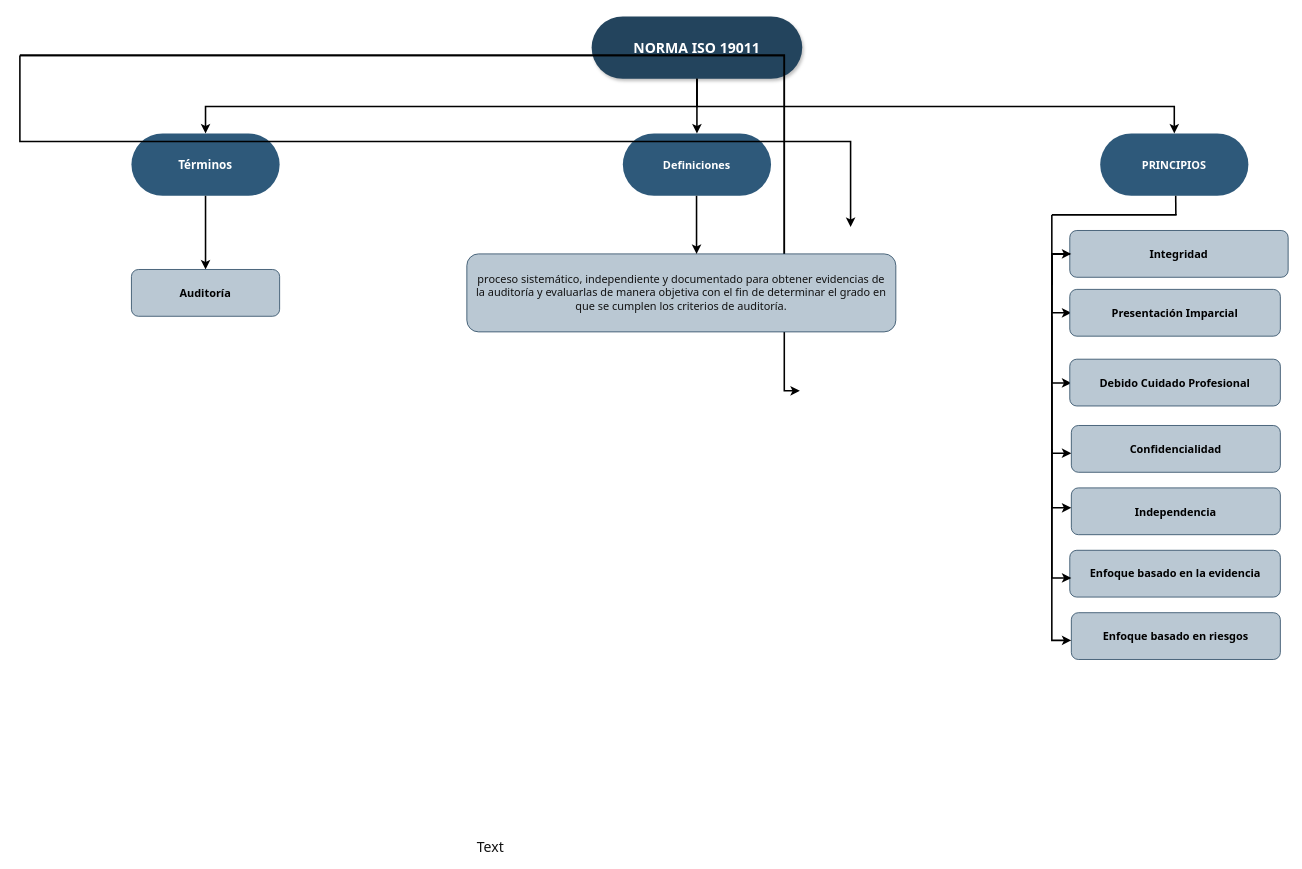
Earlier version of the draw.io diagram Untitled Diagram.drawio (eleanorMarquez/TYPO3CMS-Tutorial-GettingStarted). Source tidied: cells renumbered, new cells numbered last; positions are measured from the earlier drawing's top-left corner, leaving out a move shared by most shapes. Both pictures are drawn from the tidied source at 78%, with x=0, y=0 at pixel (20, 16).
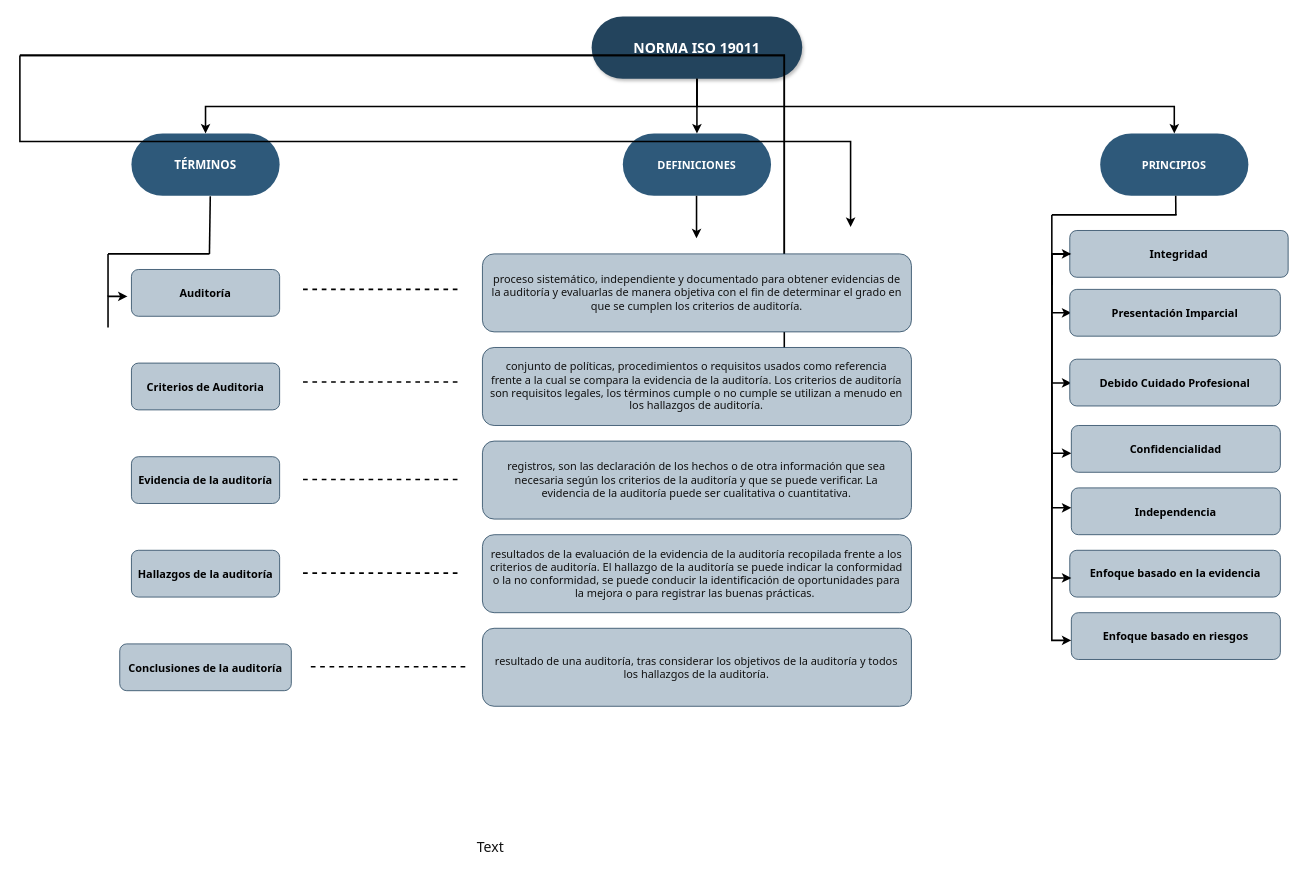
After the change.

Commit message (it also covers changes not shown here):
Norma ISO

Change to the diagram source:
```diff
@@
-    <mxCell id="5" value="Definiciones" style="rounded=1;gradientColor=none;strokeColor=none;fontColor=#FFFFFF;fontStyle=1;fontFamily=Tahoma;fontSize=14;arcSize=50;shadow=0;fillColor=#2E597A;" parent="1" vertex="1">
+    <mxCell id="5" value="DEFINICIONES" style="rounded=1;gradientColor=none;strokeColor=none;fontColor=#FFFFFF;fontStyle=1;fontFamily=Tahoma;fontSize=14;arcSize=50;shadow=0;fillColor=#2E597A;" parent="1" vertex="1">
       <mxGeometry x="773" y="149.5" width="190" height="80" as="geometry" />
     </mxCell>
-    <mxCell id="6" value="Términos" style="rounded=1;gradientColor=none;strokeColor=none;fontColor=#FFFFFF;fontStyle=1;fontFamily=Tahoma;fontSize=15;arcSize=50;fillColor=#2E597A;" parent="1" vertex="1">
+    <mxCell id="6" value="TÉRMINOS" style="rounded=1;gradientColor=none;strokeColor=none;fontColor=#FFFFFF;fontStyle=1;fontFamily=Tahoma;fontSize=15;arcSize=50;fillColor=#2E597A;" parent="1" vertex="1">
       <mxGeometry x="143" y="149.5" width="190" height="80" as="geometry" />
     </mxCell>
@@
-    <mxCell id="10" style="edgeStyle=elbowEdgeStyle;elbow=horizontal;strokeWidth=2;rounded=0;" parent="1" edge="1" source="6">
-      <mxGeometry x="-23" y="135.5" as="geometry">
-        <mxPoint x="238" y="324" as="targetPoint" />
-        <Array as="points">
-          <mxPoint x="238" y="294" />
-          <mxPoint x="253" y="294" />
-          <mxPoint x="225" y="389.5" />
-        </Array>
-      </mxGeometry>
-    </mxCell>
@@
-    <mxCell id="27" value="proceso sistemático, independiente y documentado para obtener evidencias de&#10;la auditoría y evaluarlas de manera objetiva con el fin de determinar el grado en que se cumplen los criterios de auditoría." style="rounded=1;strokeColor=#23445d;fontStyle=0;fontFamily=Tahoma;fontSize=14;fillColor=#bac8d3;labelBackgroundColor=none;fontColor=#121212;whiteSpace=wrap;labelBorderColor=none;" parent="1" vertex="1">
-      <mxGeometry x="573" y="304" width="550" height="100" as="geometry" />
+    <mxCell id="27" value="proceso sistemático, independiente y documentado para obtener evidencias de&#10;la auditoría y evaluarlas de manera objetiva con el fin de determinar el grado en que se cumplen los criterios de auditoría." style="rounded=1;strokeColor=#23445d;fontStyle=0;fontFamily=Tahoma;fontSize=14;fillColor=#bac8d3;labelBackgroundColor=none;fontColor=#121212;whiteSpace=wrap;labelBorderColor=none;spacingTop=0;spacingBottom=0;spacingLeft=10;spacingRight=10;" parent="1" vertex="1">
+      <mxGeometry x="593" y="304" width="550" height="100" as="geometry" />
     </mxCell>
@@
-    <mxCell id="30" style="edgeStyle=elbowEdgeStyle;elbow=horizontal;strokeWidth=2;rounded=0;entryX=0.536;entryY=0;entryDx=0;entryDy=0;entryPerimeter=0;" parent="1" edge="1" target="27">
+    <mxCell id="30" style="edgeStyle=elbowEdgeStyle;elbow=horizontal;strokeWidth=2;rounded=0;" parent="1" edge="1">
       <mxGeometry x="606.5" y="135.5" as="geometry">
         <mxPoint x="867.5" y="229.5" as="sourcePoint" />
+        <mxPoint x="868" y="284" as="targetPoint" />
         <Array as="points">
           <mxPoint x="867.5" y="294" />
           <mxPoint x="882.5" y="294" />
           <mxPoint x="854.5" y="389.5" />
         </Array>
       </mxGeometry>
     </mxCell>
@@
+    <mxCell id="34" style="endArrow=none;dashed=1;html=1;fontFamily=Tahoma;fontSize=65;fontColor=#121212;strokeWidth=2;" parent="1" edge="1">
+      <mxGeometry relative="1" as="geometry">
+        <mxPoint x="363" y="349.5" as="sourcePoint" />
+        <mxPoint x="563" y="349.5" as="targetPoint" />
+      </mxGeometry>
+    </mxCell>
+    <mxCell id="35" value="Criterios de Auditoria" style="rounded=1;strokeColor=#23445d;fontStyle=1;fontFamily=Tahoma;fontSize=14;fillColor=#bac8d3;" parent="1" vertex="1">
+      <mxGeometry x="143" y="444" width="190" height="60" as="geometry" />
+    </mxCell>
+    <mxCell id="36" value="conjunto de políticas, procedimientos o requisitos usados como referencia frente a la cual se compara la evidencia de la auditoría. Los criterios de auditoría son requisitos legales, los términos cumple o no cumple se utilizan a menudo en los hallazgos de auditoría." style="rounded=1;strokeColor=#23445d;fontStyle=0;fontFamily=Tahoma;fontSize=14;fillColor=#bac8d3;labelBackgroundColor=none;fontColor=#121212;whiteSpace=wrap;labelBorderColor=none;spacingLeft=9;spacingRight=10;" parent="1" vertex="1">
+      <mxGeometry x="593" y="424" width="550" height="100" as="geometry" />
+    </mxCell>
+    <mxCell id="37" style="endArrow=none;dashed=1;html=1;fontFamily=Tahoma;fontSize=65;fontColor=#121212;strokeWidth=2;" parent="1" edge="1">
+      <mxGeometry relative="1" as="geometry">
+        <mxPoint x="363" y="468.3" as="sourcePoint" />
+        <mxPoint x="563" y="468.3" as="targetPoint" />
+      </mxGeometry>
+    </mxCell>
+    <mxCell id="38" value="Evidencia de la auditoría" style="rounded=1;strokeColor=#23445d;fontStyle=1;fontFamily=Tahoma;fontSize=14;fillColor=#bac8d3;" parent="1" vertex="1">
+      <mxGeometry x="143" y="564" width="190" height="60" as="geometry" />
+    </mxCell>
+    <mxCell id="39" style="endArrow=none;dashed=1;html=1;fontFamily=Tahoma;fontSize=65;fontColor=#121212;strokeWidth=2;" parent="1" edge="1">
+      <mxGeometry relative="1" as="geometry">
+        <mxPoint x="363" y="593.3" as="sourcePoint" />
+        <mxPoint x="563" y="593.3" as="targetPoint" />
+      </mxGeometry>
+    </mxCell>
+    <mxCell id="40" value="registros, son las declaración de los hechos o de otra información que sea necesaria según los criterios de la auditoría y que se puede verificar. La evidencia de la auditoría puede ser cualitativa o cuantitativa." style="rounded=1;strokeColor=#23445d;fontStyle=0;fontFamily=Tahoma;fontSize=14;fillColor=#bac8d3;labelBackgroundColor=none;fontColor=#121212;whiteSpace=wrap;labelBorderColor=none;spacingLeft=9;spacingRight=10;" parent="1" vertex="1">
+      <mxGeometry x="593" y="544" width="550" height="100" as="geometry" />
+    </mxCell>
+    <mxCell id="41" style="edgeStyle=elbowEdgeStyle;elbow=horizontal;strokeWidth=2;rounded=0;" parent="1" edge="1">
+      <mxGeometry x="-1300" y="104.5" as="geometry">
+        <mxPoint x="113" y="398.5" as="sourcePoint" />
+        <mxPoint x="138" y="358.5" as="targetPoint" />
+        <Array as="points">
+          <mxPoint x="113" y="318.5" />
+        </Array>
+      </mxGeometry>
+    </mxCell>
+    <mxCell id="42" style="endArrow=none;html=1;fontFamily=Tahoma;fontSize=65;fontColor=#121212;strokeWidth=2;" parent="1" edge="1">
+      <mxGeometry relative="1" as="geometry">
+        <mxPoint x="113" y="358.5" as="sourcePoint" />
+        <mxPoint x="113" y="304" as="targetPoint" />
+      </mxGeometry>
+    </mxCell>
+    <mxCell id="43" style="endArrow=none;html=1;fontFamily=Tahoma;fontSize=65;fontColor=#121212;strokeWidth=2;" parent="1" edge="1">
+      <mxGeometry relative="1" as="geometry">
+        <mxPoint x="113" y="304" as="sourcePoint" />
+        <mxPoint x="243" y="304" as="targetPoint" />
+      </mxGeometry>
+    </mxCell>
+    <mxCell id="44" style="endArrow=none;html=1;fontFamily=Tahoma;fontSize=65;fontColor=#121212;strokeWidth=2;exitX=0.532;exitY=1.006;exitDx=0;exitDy=0;exitPerimeter=0;" parent="1" edge="1" source="6">
+      <mxGeometry relative="1" as="geometry">
+        <mxPoint x="243" y="304" as="targetPoint" />
+      </mxGeometry>
+    </mxCell>
+    <mxCell id="45" value="Hallazgos de la auditoría" style="rounded=1;strokeColor=#23445d;fontStyle=1;fontFamily=Tahoma;fontSize=14;fillColor=#bac8d3;" parent="1" vertex="1">
+      <mxGeometry x="143" y="684" width="190" height="60" as="geometry" />
+    </mxCell>
+    <mxCell id="46" value="resultados de la evaluación de la evidencia de la auditoría recopilada frente a los criterios de auditoría. El hallazgo de la auditoría se puede indicar la conformidad o la no conformidad, se puede conducir la identificación de oportunidades para la mejora o para registrar las buenas prácticas. " style="rounded=1;strokeColor=#23445d;fontStyle=0;fontFamily=Tahoma;fontSize=14;fillColor=#bac8d3;labelBackgroundColor=none;fontColor=#121212;whiteSpace=wrap;labelBorderColor=none;spacingLeft=9;spacingRight=10;" parent="1" vertex="1">
+      <mxGeometry x="593" y="664" width="550" height="100" as="geometry" />
+    </mxCell>
+    <mxCell id="47" style="endArrow=none;dashed=1;html=1;fontFamily=Tahoma;fontSize=65;fontColor=#121212;strokeWidth=2;" parent="1" edge="1">
+      <mxGeometry relative="1" as="geometry">
+        <mxPoint x="363" y="713.3" as="sourcePoint" />
+        <mxPoint x="563" y="713.3" as="targetPoint" />
+      </mxGeometry>
+    </mxCell>
+    <mxCell id="48" value="Conclusiones de la auditoría" style="rounded=1;strokeColor=#23445d;fontStyle=1;fontFamily=Tahoma;fontSize=14;fillColor=#bac8d3;" parent="1" vertex="1">
+      <mxGeometry x="128" y="804" width="220" height="60" as="geometry" />
+    </mxCell>
+    <mxCell id="49" value="resultado de una auditoría, tras considerar los objetivos de la auditoría y todos los hallazgos de la auditoría." style="rounded=1;strokeColor=#23445d;fontStyle=0;fontFamily=Tahoma;fontSize=14;fillColor=#bac8d3;labelBackgroundColor=none;fontColor=#121212;whiteSpace=wrap;labelBorderColor=none;spacingLeft=9;spacingRight=10;" parent="1" vertex="1">
+      <mxGeometry x="593" y="784" width="550" height="100" as="geometry" />
+    </mxCell>
+    <mxCell id="50" style="endArrow=none;dashed=1;html=1;fontFamily=Tahoma;fontSize=65;fontColor=#121212;strokeWidth=2;" parent="1" edge="1">
+      <mxGeometry relative="1" as="geometry">
+        <mxPoint x="373" y="833.3" as="sourcePoint" />
+        <mxPoint x="573" y="833.3" as="targetPoint" />
+      </mxGeometry>
+    </mxCell>
```
